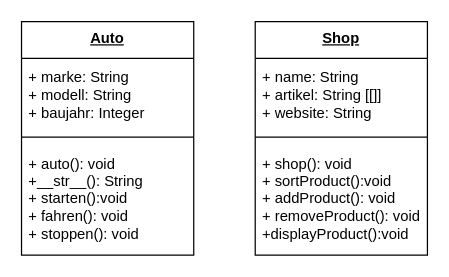
Before: hausaufgaben/ClassDiagramm.drawio in PatrickOster1993/fachquali-oop, a draw.io diagram. Source tidied: cells renumbered, new cells numbered last; positions are measured from the earlier drawing's top-left corner, leaving out a move shared by most shapes. Both pictures are drawn from the tidied source at 123%, with x=0, y=0 at pixel (21, 21).
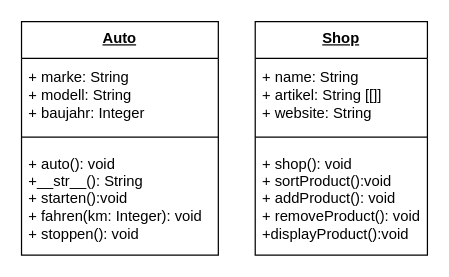
The same diagram, later.

What changed in the source:
```diff
@@
 <mxGraphModel>
   <root>
     <mxCell id="0" />
     <mxCell id="1" parent="0" />
     <mxCell id="2" value="&lt;b&gt;Auto&lt;/b&gt;" style="swimlane;fontStyle=4;align=center;verticalAlign=top;horizontal=1;startSize=30;html=1;whiteSpace=wrap;" parent="1" vertex="1">
-      <mxGeometry width="140" height="190" as="geometry" />
+      <mxGeometry width="160" height="190" as="geometry" />
     </mxCell>
     <mxCell id="3" value="+ marke: String&lt;div&gt;+ modell: String&lt;/div&gt;&lt;div&gt;+ baujahr: Integer&lt;/div&gt;" style="html=1;strokeColor=none;fillColor=none;align=left;verticalAlign=middle;spacingLeft=4;spacingRight=4;whiteSpace=wrap;" parent="2" vertex="1">
-      <mxGeometry y="30" width="140" height="60" as="geometry" />
+      <mxGeometry y="30" width="160" height="60" as="geometry" />
     </mxCell>
     <mxCell id="4" style="line;strokeWidth=1;fillColor=none;align=left;verticalAlign=middle;spacingTop=-1;spacingLeft=3;spacingRight=3;labelPosition=right;" parent="2" vertex="1">
-      <mxGeometry y="90" width="140" height="8" as="geometry" />
+      <mxGeometry y="90" width="160" height="8" as="geometry" />
     </mxCell>
-    <mxCell id="5" value="+ auto(): void&lt;div&gt;+__str__(): String&lt;br&gt;&lt;div&gt;+ starten():void&lt;/div&gt;&lt;div&gt;+ fahren(): void&lt;/div&gt;&lt;div&gt;+ stoppen(): void&lt;/div&gt;&lt;/div&gt;" style="html=1;strokeColor=none;fillColor=none;align=left;verticalAlign=middle;spacingLeft=4;spacingRight=4;whiteSpace=wrap;" parent="2" vertex="1">
-      <mxGeometry y="98" width="140" height="92" as="geometry" />
+    <mxCell id="5" value="+ auto(): void&lt;div&gt;+__str__(): String&lt;br&gt;&lt;div&gt;+ starten():void&lt;/div&gt;&lt;div&gt;+ fahren(km: Integer): void&lt;/div&gt;&lt;div&gt;+ stoppen(): void&lt;/div&gt;&lt;/div&gt;" style="html=1;strokeColor=none;fillColor=none;align=left;verticalAlign=middle;spacingLeft=4;spacingRight=4;whiteSpace=wrap;" parent="2" vertex="1">
+      <mxGeometry y="98" width="160" height="92" as="geometry" />
     </mxCell>
     <mxCell id="6" value="&lt;b&gt;Shop&lt;/b&gt;" style="swimlane;fontStyle=4;align=center;verticalAlign=top;horizontal=1;startSize=30;html=1;whiteSpace=wrap;" parent="1" vertex="1">
       <mxGeometry x="190" width="140" height="190" as="geometry" />
     </mxCell>
     <mxCell id="7" value="+ name: String&lt;div&gt;+ artikel: String [[]]&lt;/div&gt;&lt;div&gt;+ website: String&lt;/div&gt;" style="html=1;strokeColor=none;fillColor=none;align=left;verticalAlign=middle;spacingLeft=4;spacingRight=4;whiteSpace=wrap;" parent="6" vertex="1">
       <mxGeometry y="30" width="140" height="60" as="geometry" />
     </mxCell>
     <mxCell id="8" style="line;strokeWidth=1;fillColor=none;align=left;verticalAlign=middle;spacingTop=-1;spacingLeft=3;spacingRight=3;labelPosition=right;" parent="6" vertex="1">
       <mxGeometry y="90" width="140" height="8" as="geometry" />
     </mxCell>
     <mxCell id="9" value="+ shop(): void&lt;div&gt;&lt;div&gt;+ sortProduct():void&lt;/div&gt;&lt;div&gt;+ addProduct(): void&lt;/div&gt;&lt;div&gt;+ removeProduct(): void&lt;/div&gt;&lt;/div&gt;&lt;div&gt;+displayProduct():void&lt;/div&gt;" style="html=1;strokeColor=none;fillColor=none;align=left;verticalAlign=middle;spacingLeft=4;spacingRight=4;whiteSpace=wrap;" parent="6" vertex="1">
       <mxGeometry y="98" width="140" height="92" as="geometry" />
     </mxCell>
   </root>
 </mxGraphModel>
```
